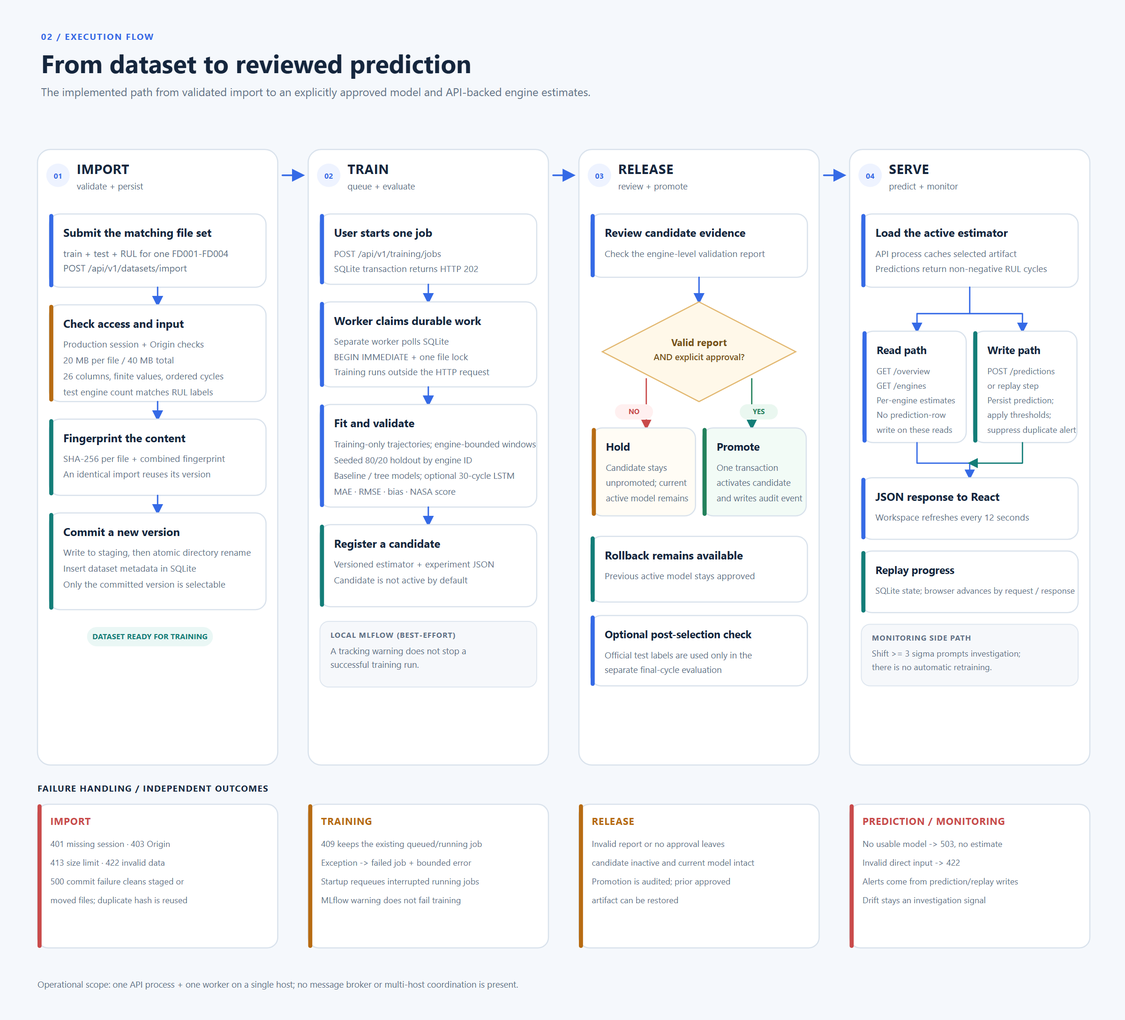
Above: docs/portfolio-diagrams/execution-flow.png in Jithendra-coder/FailureCast (Mermaid), before the change. Its source is kept beside it as docs/portfolio-diagrams/execution-flow.mmd. Its diagram source:
```mermaid
%%{init: {"theme":"base","themeVariables":{"fontFamily":"Inter, Segoe UI, Arial, sans-serif","fontSize":"18px","primaryColor":"#EFF6FF","primaryTextColor":"#0F172A","primaryBorderColor":"#2563EB","lineColor":"#64748B","secondaryColor":"#F0FDFA","tertiaryColor":"#F8FAFC","clusterBkg":"#F8FAFC","clusterBorder":"#CBD5E1"},"flowchart":{"curve":"linear","htmlLabels":true,"nodeSpacing":34,"rankSpacing":48,"padding":16}}}%%
flowchart TB
  subgraph DIAGRAM["02 · END-TO-END EXECUTION FLOW<br/>How FailureCast moves a dataset through training, release, and prediction"]
  direction TB
  START(["Operator selects a dataset and imports C-MAPSS files"])
  POLICY{"Request passes production security checks?"}
  POLICY_DENIED["401 · missing / expired admin session<br/>403 · disallowed Origin on mutation"]
  AUTH_NOTE["Admin authentication is enabled in Docker production"]
  UPLOAD["POST /api/v1/datasets/import<br/>FD001–FD004 · train / test / RUL triplet"]
  SIZE{"Within 20 MB per file<br/>and 40 MB total?"}
  TOO_LARGE["HTTP 413 · upload rejected"]
  PARSE["Parse and validate 26-column records<br/>finite values · ordered cycles · unique engine/cycle<br/>test engine count matches RUL labels"]
  VALID{"Dataset valid?"}
  BAD_DATA["HTTP 422 · invalid or incomplete import"]
  FINGERPRINT["SHA-256 per file + combined content fingerprint"]
  EXISTING{"Fingerprint already registered?"}
  REUSE["Load and select existing dataset version"]
  STAGE["Write staging directory<br/>atomic rename · SQLite dataset record"]
  IO_FAIL["HTTP 500 · clean staging / moved files<br/>no committed version"]
  DATASET["Dataset selected in API process"]
  TRAIN_REQUEST["Operator explicitly starts training<br/>POST /api/v1/training/jobs"]
  JOB_BUSY{"Another job is queued or running?"}
  CONFLICT["HTTP 409 · keep the existing job"]
  QUEUE[("SQLite training_jobs<br/>status = queued · HTTP 202")]
  WORKER["Separate worker polls SQLite<br/>single file lock · BEGIN IMMEDIATE claim"]
  TRAJECTORIES["Load complete training trajectories<br/>from selected dataset"]
  FEATURES["Build capped RUL labels + trailing features<br/>windows stay within each engine"]
  SPLIT["Seeded 80/20 holdout by engine ID<br/>official test labels reserved for post-selection evaluation"]
  FIT["Fit selected estimator<br/>MeanBaseline · RandomForest · HistGradientBoosting<br/>optional PyTorch LSTM · 30-cycle window"]
  METRICS["Calculate validation MAE · RMSE · bias · NASA score"]
  CANDIDATE[("SQLite candidate record<br/>versioned artifact · experiment JSON")]
  MLFLOW["Local MLflow run<br/>tracking failure becomes warning; training continues"]
  TRAIN_ERROR["Training exception<br/>job marked failed · error saved · worker logs"]
  RESTART["Worker startup re-queues interrupted running jobs<br/>job ID can recover an already registered candidate"]
  REVIEW{"Valid engine-level report<br/>and explicit user approval?"}
  HOLD["Candidate remains unpromoted<br/>active model stays in place"]
  ACTIVE["Promotion transaction<br/>candidate becomes active · previous active retained<br/>audit event recorded"]
  EVALUATE["Optional final-cycle test evaluation<br/>after model activation"]
  HISTORY["User opens engine view or starts historical replay"]
  INFER["API loads / caches active estimator<br/>and predicts from the selected history"]
  NO_MODEL["HTTP 503 · no usable active model<br/>no estimate returned"]
  WRITE_PRED["Replay step / POST /predictions<br/>stores prediction; applies configured thresholds<br/>suppresses duplicate open engine + severity alert"]
  OVERVIEW["GET /overview and /engines<br/>returns current per-engine estimates"]
  RESPONSE["JSON response reaches React dashboard<br/>workspace refreshes every 12 seconds"]
  DRIFT["Monitoring side path: compare sensor distribution<br/>shift ≥ 3σ → investigate; no auto-training / promotion"]
  REPLAY["Replay progress persists in SQLite<br/>browser advances with request-response polling"]

  START --> POLICY
  POLICY -->|Denied| POLICY_DENIED
  POLICY_DENIED --- AUTH_NOTE
  POLICY -->|Allowed / auth disabled in development| UPLOAD
  UPLOAD --> SIZE
  SIZE -->|No| TOO_LARGE
  SIZE -->|Yes| PARSE
  PARSE --> VALID
  VALID -->|Invalid| BAD_DATA
  VALID -->|Valid| FINGERPRINT
  FINGERPRINT --> EXISTING
  EXISTING -->|Yes| REUSE
  EXISTING -->|No| STAGE
  STAGE -->|I/O or DB failure| IO_FAIL
  STAGE -->|Committed| DATASET
  REUSE --> DATASET
  DATASET --> TRAIN_REQUEST
  TRAIN_REQUEST --> JOB_BUSY
  JOB_BUSY -->|Yes| CONFLICT
  JOB_BUSY -->|No · transaction inserts row| QUEUE
  QUEUE -.->|durable async job · worker poll| WORKER
  WORKER --> TRAJECTORIES --> FEATURES --> SPLIT --> FIT --> METRICS --> CANDIDATE
  FIT -.->|Exception| TRAIN_ERROR
  WORKER -.->|worker restart| RESTART
  RESTART -.->|startup recovery| WORKER
  CANDIDATE -.->|best-effort tracking| MLFLOW
  CANDIDATE --> REVIEW
  REVIEW -->|No / invalid report| HOLD
  REVIEW -->|Yes| ACTIVE
  ACTIVE --> EVALUATE
  ACTIVE --> HISTORY
  HISTORY --> INFER
  INFER -->|Missing / broken model| NO_MODEL
  INFER -->|Available| OVERVIEW
  INFER -->|Replay step or prediction write| WRITE_PRED
  OVERVIEW --> RESPONSE
  WRITE_PRED --> RESPONSE
  RESPONSE -.-> REPLAY
  RESPONSE -.-> DRIFT
  end

  classDef start fill:#EFF6FF,stroke:#2563EB,color:#0F172A,stroke-width:1.8px;
  classDef process fill:#F8FAFC,stroke:#64748B,color:#0F172A,stroke-width:1.4px;
  classDef decision fill:#FFFBEB,stroke:#D97706,color:#78350F,stroke-width:1.7px;
  classDef store fill:#F0FDFA,stroke:#0F766E,color:#134E4A,stroke-width:1.7px;
  classDef success fill:#F0FDF4,stroke:#16A34A,color:#14532D,stroke-width:1.7px;
  classDef error fill:#FEF2F2,stroke:#DC2626,color:#7F1D1D,stroke-width:1.5px;
  classDef note fill:#F8FAFC,stroke:#94A3B8,color:#475569,stroke-width:1.2px;
  class START,RESPONSE start;
  class POLICY,SIZE,VALID,EXISTING,JOB_BUSY,REVIEW decision;
  class QUEUE,CANDIDATE store;
  class ACTIVE success;
  class POLICY_DENIED,TOO_LARGE,BAD_DATA,IO_FAIL,CONFLICT,TRAIN_ERROR,NO_MODEL error;
  class AUTH_NOTE,MLFLOW,EVALUATE,DRIFT,REPLAY note;
  class UPLOAD,PARSE,FINGERPRINT,REUSE,STAGE,DATASET,TRAIN_REQUEST,WORKER,TRAJECTORIES,FEATURES,SPLIT,FIT,METRICS,HOLD,HISTORY,INFER,WRITE_PRED,OVERVIEW process;
  style DIAGRAM fill:#FFFFFF,stroke:#FFFFFF,stroke-width:0px
```
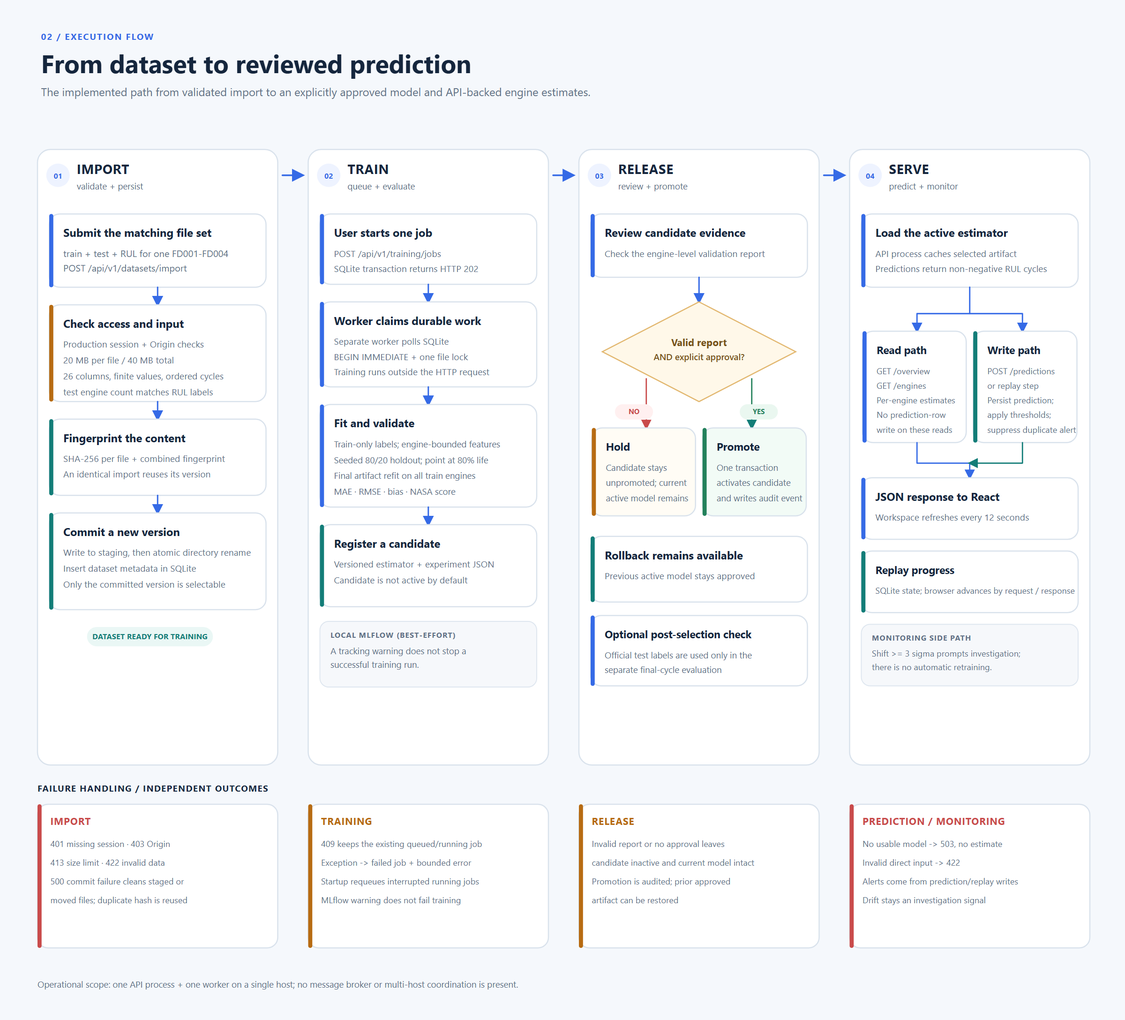
After the commit.

The edit, as a diff of the source:
```diff
@@ -12,7 +12,7 @@
   PARSE["Parse and validate 26-column records<br/>finite values · ordered cycles · unique engine/cycle<br/>test engine count matches RUL labels"]
   VALID{"Dataset valid?"}
   BAD_DATA["HTTP 422 · invalid or incomplete import"]
-  FINGERPRINT["SHA-256 per file + combined content fingerprint"]
+  FINGERPRINT["SHA-256 per file + combined fingerprint<br/>rechecked when source files are restored"]
   EXISTING{"Fingerprint already registered?"}
   REUSE["Load and select existing dataset version"]
   STAGE["Write staging directory<br/>atomic rename · SQLite dataset record"]
@@ -25,8 +25,8 @@
   WORKER["Separate worker polls SQLite<br/>single file lock · BEGIN IMMEDIATE claim"]
   TRAJECTORIES["Load complete training trajectories<br/>from selected dataset"]
   FEATURES["Build capped RUL labels + trailing features<br/>windows stay within each engine"]
-  SPLIT["Seeded 80/20 holdout by engine ID<br/>official test labels reserved for post-selection evaluation"]
-  FIT["Fit selected estimator<br/>MeanBaseline · RandomForest · HistGradientBoosting<br/>optional PyTorch LSTM · 30-cycle window"]
+  SPLIT["Seeded 80/20 engine-ID holdout<br/>validate one censored observation at 80% trajectory life<br/>official test labels reserved for post-selection"]
+  FIT["Fit validation estimator, then refit on all training engines<br/>MeanBaseline · RandomForest · HistGradientBoosting<br/>condition-aware HGB · optional PyTorch LSTM"]
   METRICS["Calculate validation MAE · RMSE · bias · NASA score"]
   CANDIDATE[("SQLite candidate record<br/>versioned artifact · experiment JSON")]
   MLFLOW["Local MLflow run<br/>tracking failure becomes warning; training continues"]
```
